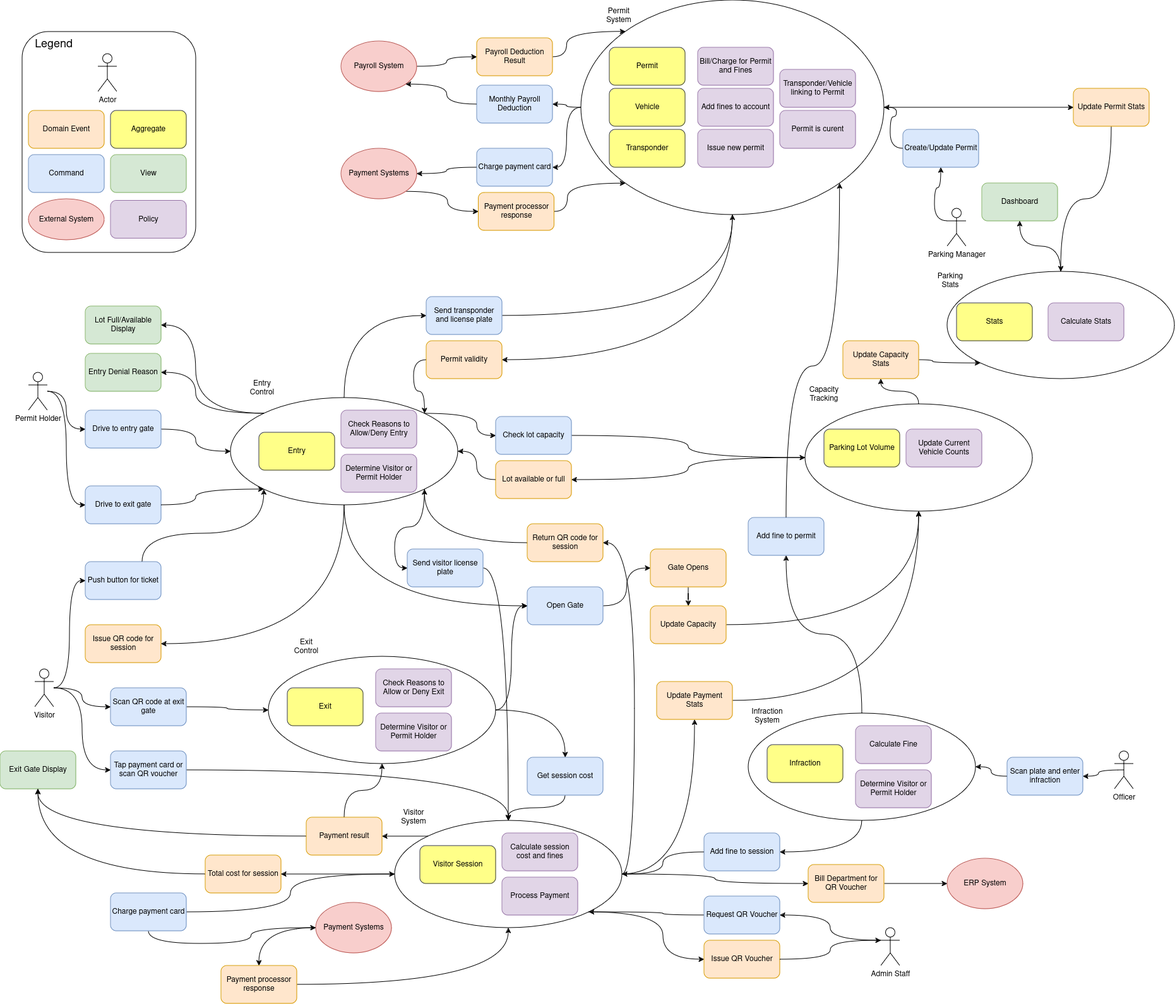
This is mvp.drawio.png from harwoodr/drawio, a draw.io export, as it was before one commit. Source tidied: cells renumbered, new cells last; positions are measured from the earlier drawing's top-left corner, leaving out a move shared by most shapes.
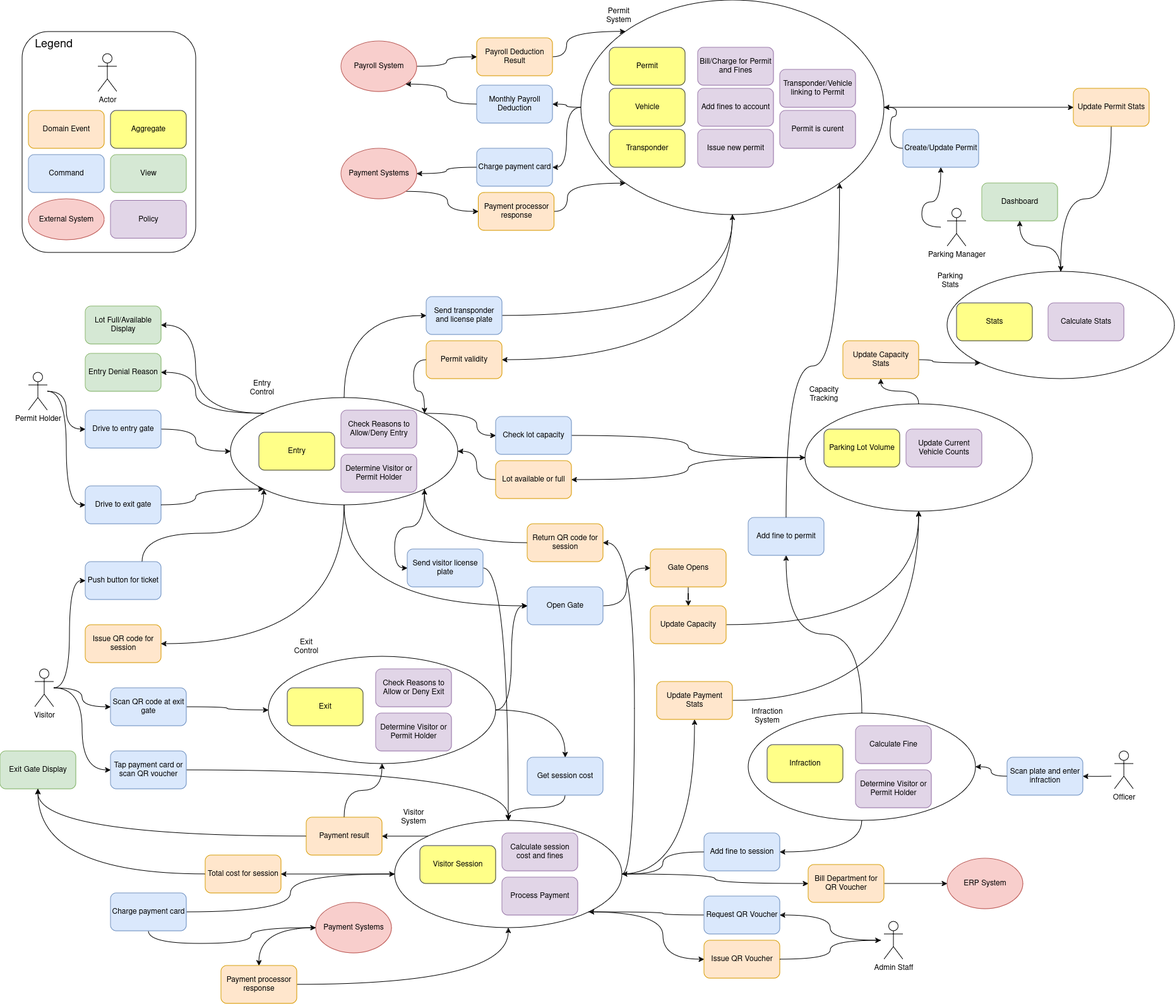
After the change.

Change to the diagram source:
```diff
@@ -223,8 +223,10 @@
     <mxCell id="74" value="Update Current Vehicle Counts" style="rounded=1;whiteSpace=wrap;html=1;fillColor=#e1d5e7;strokeColor=#9673a6;" parent="1" vertex="1">
       <mxGeometry x="1435" y="680" width="120" height="60" as="geometry" />
     </mxCell>
-    <mxCell id="75" style="edgeStyle=orthogonalEdgeStyle;rounded=1;jettySize=auto;html=1;exitX=0.5;exitY=0.5;exitDx=0;exitDy=0;exitPerimeter=0;entryX=1;entryY=0.5;entryDx=0;entryDy=0;curved=1;" parent="1" edge="1" source="76" target="86">
-      <mxGeometry relative="1" as="geometry" />
+    <mxCell id="75" style="edgeStyle=orthogonalEdgeStyle;rounded=1;jettySize=auto;html=1;entryX=1;entryY=0.5;entryDx=0;entryDy=0;curved=1;" parent="1" edge="1" target="86">
+      <mxGeometry relative="1" as="geometry">
+        <mxPoint x="1760" y="1230" as="sourcePoint" />
+      </mxGeometry>
     </mxCell>
     <mxCell id="76" value="Officer" style="shape=umlActor;verticalLabelPosition=bottom;verticalAlign=top;html=1;outlineConnect=0;rounded=1;" parent="1" vertex="1">
       <mxGeometry x="1765" y="1190" width="30" height="60" as="geometry" />
@@ -238,8 +240,15 @@
     <mxCell id="79" value="Update Capacity Stats" style="rounded=1;whiteSpace=wrap;html=1;fillColor=#ffe6cc;strokeColor=#d79b00;" parent="1" vertex="1">
       <mxGeometry x="1335" y="540" width="120" height="60" as="geometry" />
     </mxCell>
-    <mxCell id="80" style="edgeStyle=orthogonalEdgeStyle;rounded=0;jettySize=auto;html=1;exitX=0;exitY=0.3333333333333333;exitDx=0;exitDy=0;exitPerimeter=0;entryX=0.5;entryY=1;entryDx=0;entryDy=0;curved=1;" parent="1" edge="1" source="81" target="135">
-      <mxGeometry relative="1" as="geometry" />
+    <mxCell id="80" style="edgeStyle=orthogonalEdgeStyle;rounded=0;jettySize=auto;html=1;entryX=0.5;entryY=1;entryDx=0;entryDy=0;curved=1;" parent="1" edge="1" target="135">
+      <mxGeometry relative="1" as="geometry">
+        <mxPoint x="1490" y="360" as="sourcePoint" />
+        <Array as="points">
+          <mxPoint x="1460" y="360" />
+          <mxPoint x="1460" y="320" />
+          <mxPoint x="1490" y="320" />
+        </Array>
+      </mxGeometry>
     </mxCell>
     <mxCell id="81" value="Parking Manager" style="shape=umlActor;verticalLabelPosition=bottom;verticalAlign=top;html=1;outlineConnect=0;rounded=1;" parent="1" vertex="1">
       <mxGeometry x="1500" y="330" width="30" height="60" as="geometry" />
@@ -352,12 +361,11 @@
     <mxCell id="117" value="Bill/Charge for Permit and Fines" style="rounded=1;whiteSpace=wrap;html=1;fillColor=#e1d5e7;strokeColor=#9673a6;" parent="1" vertex="1">
       <mxGeometry x="1105" y="75" width="120" height="60" as="geometry" />
     </mxCell>
-    <mxCell id="118" style="edgeStyle=orthogonalEdgeStyle;rounded=0;jettySize=auto;html=1;exitX=0;exitY=0.3333333333333333;exitDx=0;exitDy=0;exitPerimeter=0;entryX=1;entryY=0.5;entryDx=0;entryDy=0;curved=1;" parent="1" edge="1" source="119" target="138">
-      <mxGeometry relative="1" as="geometry" />
+    <mxCell id="118" style="edgeStyle=orthogonalEdgeStyle;rounded=0;jettySize=auto;html=1;exitX=0;exitY=0.3333333333333333;exitDx=0;exitDy=0;exitPerimeter=0;entryX=1;entryY=0.5;entryDx=0;entryDy=0;curved=1;" parent="1" edge="1" target="138">
+      <mxGeometry relative="1" as="geometry">
+        <mxPoint x="1395" y="1490" as="sourcePoint" />
+      </mxGeometry>
     </mxCell>
-    <mxCell id="119" value="Admin Staff" style="shape=umlActor;verticalLabelPosition=bottom;verticalAlign=top;html=1;outlineConnect=0;rounded=1;" parent="1" vertex="1">
-      <mxGeometry x="1395" y="1470" width="30" height="60" as="geometry" />
-    </mxCell>
     <mxCell id="120" value="Check Reasons to Allow or Deny Exit" style="rounded=1;whiteSpace=wrap;html=1;fillColor=#e1d5e7;strokeColor=#9673a6;" parent="1" vertex="1">
       <mxGeometry x="595" y="1060" width="120" height="60" as="geometry" />
     </mxCell>
@@ -418,8 +426,10 @@
     <mxCell id="139" value="Issue QR Voucher" style="rounded=1;whiteSpace=wrap;html=1;fillColor=#ffe6cc;strokeColor=#d79b00;" parent="1" vertex="1">
       <mxGeometry x="1115" y="1490" width="120" height="60" as="geometry" />
     </mxCell>
-    <mxCell id="140" style="edgeStyle=orthogonalEdgeStyle;rounded=0;jettySize=auto;html=1;exitX=1;exitY=0.5;exitDx=0;exitDy=0;entryX=0;entryY=0.3333333333333333;entryDx=0;entryDy=0;entryPerimeter=0;curved=1;" parent="1" edge="1" source="139" target="119">
-      <mxGeometry relative="1" as="geometry" />
+    <mxCell id="140" style="edgeStyle=orthogonalEdgeStyle;rounded=0;jettySize=auto;html=1;exitX=1;exitY=0.5;exitDx=0;exitDy=0;entryX=0;entryY=0.3333333333333333;entryDx=0;entryDy=0;entryPerimeter=0;curved=1;" parent="1" edge="1" source="139">
+      <mxGeometry relative="1" as="geometry">
+        <mxPoint x="1395" y="1490" as="targetPoint" />
+      </mxGeometry>
     </mxCell>
     <mxCell id="141" value="ERP System" style="ellipse;whiteSpace=wrap;html=1;fillColor=#f8cecc;strokeColor=#b85450;rounded=1;" parent="1" vertex="1">
       <mxGeometry x="1500" y="1360" width="120" height="80" as="geometry" />
@@ -496,5 +506,8 @@
     <mxCell id="165" style="rounded=1;whiteSpace=wrap;html=1;fillColor=none;" parent="1" vertex="1">
       <mxGeometry x="35" y="50" width="275" height="350" as="geometry" />
     </mxCell>
+    <mxCell id="119" value="Admin Staff" style="shape=umlActor;verticalLabelPosition=bottom;verticalAlign=top;html=1;outlineConnect=0;rounded=1;" parent="1" vertex="1">
+      <mxGeometry x="1400" y="1460" width="30" height="60" as="geometry" />
+    </mxCell>
   </root>
 </mxGraphModel>
```
